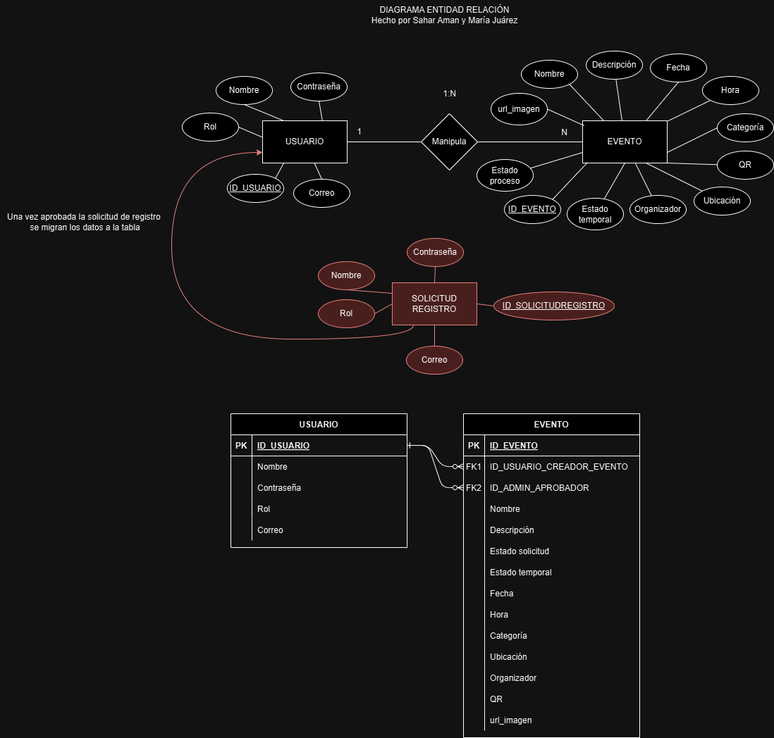
The draw.io diagram DIAGRAMA_ER_PROYECTOWEB.drawio.png in mariajuarezmo/Eventify_Proyecto_Colaborativo, before a commit. Source tidied: cells renumbered, new cells last; positions are measured from the earlier drawing's top-left corner, leaving out a move shared by most shapes.
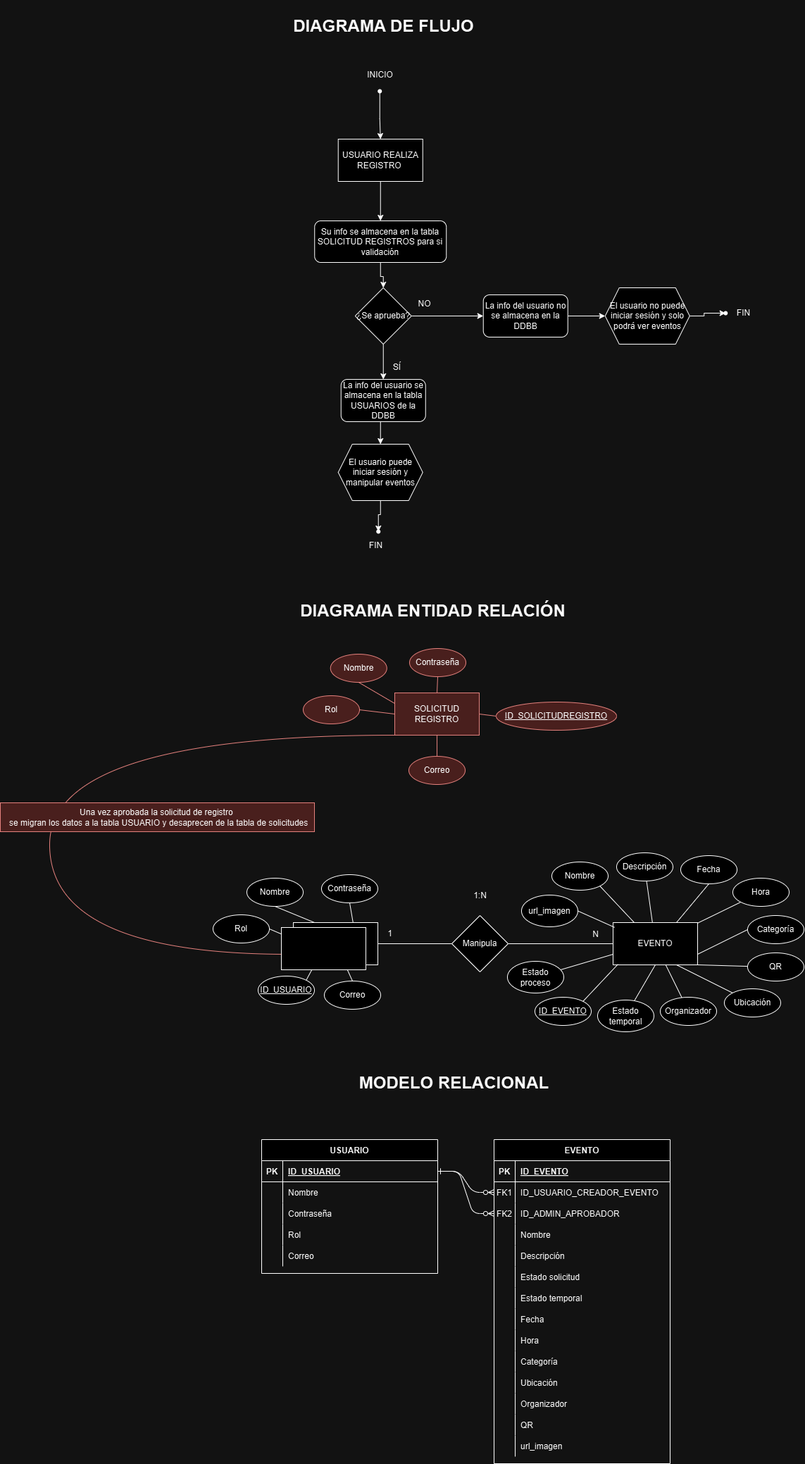
After the change.

Commit message:
Agregado filtrado de eventos por categorias

Change to the diagram source:
```diff
@@ -6,7 +6,7 @@
       <mxGeometry relative="1" as="geometry" />
     </mxCell>
     <mxCell id="3" value="EVENTO" style="shape=table;startSize=30;rowLines=0;fontStyle=1;align=center;" parent="1" vertex="1">
-      <mxGeometry x="657" y="587" width="250" height="460" as="geometry" />
+      <mxGeometry x="657" y="479" width="250" height="460" as="geometry" />
     </mxCell>
     <mxCell id="4" style="shape=partialRectangle;fillColor=none;top=0;left=0;right=0;bottom=1;" parent="3" vertex="1">
       <mxGeometry y="30" width="250" height="30" as="geometry" />
@@ -135,7 +135,7 @@
       <mxGeometry x="30" width="220" height="30" as="geometry" />
     </mxCell>
     <mxCell id="46" value="USUARIO" style="shape=table;startSize=30;rowLines=0;fontStyle=1;align=center;" parent="1" vertex="1">
-      <mxGeometry x="327" y="587" width="250" height="190" as="geometry" />
+      <mxGeometry x="327" y="479" width="250" height="190" as="geometry" />
     </mxCell>
     <mxCell id="47" style="shape=partialRectangle;fillColor=none;points=[[0,0.5],[1,0.5]];portConstraint=eastwest;top=0;left=0;right=0;bottom=1;" parent="46" vertex="1">
       <mxGeometry y="30" width="250" height="30" as="geometry" />
@@ -284,8 +284,8 @@
     <mxCell id="95" value="QR" style="ellipse;whiteSpace=wrap;html=1;" parent="1" vertex="1">
       <mxGeometry x="1017" y="214" width="80" height="40" as="geometry" />
     </mxCell>
-    <mxCell id="96" value="DIAGRAMA ENTIDAD RELACIÓN&lt;div&gt;Hecho por Sahar Aman y María Juárez&lt;/div&gt;" style="text;html=1;align=center;verticalAlign=middle;strokeColor=none;fillColor=none;" parent="1" vertex="1">
-      <mxGeometry x="517" width="225" height="41" as="geometry" />
+    <mxCell id="96" value="&lt;h1&gt;DIAGRAMA ENTIDAD RELACIÓN&lt;br&gt;&lt;br&gt;&lt;/h1&gt;" style="text;html=1;align=center;verticalAlign=middle;strokeColor=none;fillColor=none;" parent="1" vertex="1">
+      <mxGeometry x="373" y="-308" width="394" height="102" as="geometry" />
     </mxCell>
     <mxCell id="97" style="rounded=0;jettySize=auto;html=1;entryX=0;entryY=0.75;entryDx=0;entryDy=0;endArrow=none;endFill=0;" parent="1" edge="1" source="98" target="66">
       <mxGeometry relative="1" as="geometry" />
@@ -295,38 +295,133 @@
     </mxCell>
     <mxCell id="99" style="edgeStyle=entityRelationEdgeStyle;endArrow=ERzeroToMany;startArrow=ERone;endFill=1;startFill=0;exitX=1;exitY=0.5;exitDx=0;exitDy=0;" parent="1" edge="1" source="47">
       <mxGeometry relative="1" as="geometry">
-        <mxPoint x="657" y="692" as="targetPoint" />
+        <mxPoint x="657" y="584" as="targetPoint" />
       </mxGeometry>
     </mxCell>
-    <mxCell id="100" style="edgeStyle=orthogonalEdgeStyle;rounded=0;jettySize=auto;html=1;exitX=0.25;exitY=1;exitDx=0;exitDy=0;entryX=0;entryY=0.75;entryDx=0;entryDy=0;curved=1;fillColor=#f8cecc;strokeColor=#b85450;" parent="1" edge="1" source="101" target="63">
+    <mxCell id="100" style="edgeStyle=orthogonalEdgeStyle;rounded=0;jettySize=auto;html=1;exitX=0;exitY=1;exitDx=0;exitDy=0;entryX=0;entryY=0.75;entryDx=0;entryDy=0;curved=1;fillColor=#f8cecc;strokeColor=#b85450;" parent="1" edge="1" source="101" target="63">
       <mxGeometry relative="1" as="geometry">
         <Array as="points">
-          <mxPoint x="586" y="481" />
-          <mxPoint x="243" y="481" />
-          <mxPoint x="243" y="216" />
+          <mxPoint x="26" y="-95" />
+          <mxPoint x="26" y="216" />
         </Array>
       </mxGeometry>
     </mxCell>
+    <mxCell id="110" style="rounded=0;jettySize=auto;html=1;entryX=0.5;entryY=1;entryDx=0;entryDy=0;endArrow=none;endFill=0;" parent="1" edge="1" source="111" target="66">
+      <mxGeometry relative="1" as="geometry" />
+    </mxCell>
+    <mxCell id="111" value="Estado temporal" style="ellipse;whiteSpace=wrap;html=1;" parent="1" vertex="1">
+      <mxGeometry x="804" y="281" width="80" height="45" as="geometry" />
+    </mxCell>
+    <mxCell id="112" value="url_imagen" style="ellipse;whiteSpace=wrap;html=1;" parent="1" vertex="1">
+      <mxGeometry x="696" y="132" width="80" height="45" as="geometry" />
+    </mxCell>
+    <mxCell id="113" style="rounded=0;jettySize=auto;html=1;exitX=1;exitY=0.5;exitDx=0;exitDy=0;entryX=0.018;entryY=0.114;entryDx=0;entryDy=0;entryPerimeter=0;endArrow=none;endFill=0;" parent="1" edge="1" source="112" target="66">
+      <mxGeometry relative="1" as="geometry" />
+    </mxCell>
+    <mxCell id="114" style="rounded=0;jettySize=auto;html=1;exitX=0.5;exitY=0;exitDx=0;exitDy=0;endArrow=none;endFill=0;" parent="1" edge="1" source="115" target="63">
+      <mxGeometry relative="1" as="geometry" />
+    </mxCell>
+    <mxCell id="115" value="Correo" style="ellipse;whiteSpace=wrap;html=1;" parent="1" vertex="1">
+      <mxGeometry x="416" y="254" width="80" height="40" as="geometry" />
+    </mxCell>
+    <mxCell id="118" value="Una vez aprobada la solicitud de registro&amp;nbsp;&lt;div&gt;&amp;nbsp;se migran&amp;nbsp;&lt;span style=&quot;background-color: initial;&quot;&gt;los datos a la tabla USUARIO y desaprecen de la tabla de solicitudes&lt;/span&gt;&lt;/div&gt;" style="text;html=1;align=center;verticalAlign=middle;strokeColor=#b85450;fillColor=#f8cecc;" parent="1" vertex="1">
+      <mxGeometry x="-44" y="1" width="446" height="41" as="geometry" />
+    </mxCell>
+    <mxCell id="119" style="rounded=0;whiteSpace=wrap;html=1;" parent="1" vertex="1">
+      <mxGeometry x="355" y="178" width="120" height="60" as="geometry" />
+    </mxCell>
+    <mxCell id="120" style="edgeStyle=orthogonalEdgeStyle;rounded=0;jettySize=auto;html=1;" parent="1" edge="1" source="121" target="123">
+      <mxGeometry relative="1" as="geometry" />
+    </mxCell>
+    <mxCell id="121" value="USUARIO REALIZA REGISTRO&amp;nbsp;" style="rounded=0;whiteSpace=wrap;html=1;" parent="1" vertex="1">
+      <mxGeometry x="435.8" y="-941" width="120" height="60" as="geometry" />
+    </mxCell>
+    <mxCell id="122" style="edgeStyle=orthogonalEdgeStyle;rounded=0;jettySize=auto;html=1;" parent="1" edge="1" source="123" target="126">
+      <mxGeometry relative="1" as="geometry" />
+    </mxCell>
+    <mxCell id="123" value="Su info se almacena en la tabla SOLICITUD REGISTROS para si validación" style="rounded=1;whiteSpace=wrap;html=1;" parent="1" vertex="1">
+      <mxGeometry x="402.2" y="-825" width="187" height="59" as="geometry" />
+    </mxCell>
+    <mxCell id="124" style="edgeStyle=orthogonalEdgeStyle;rounded=0;jettySize=auto;html=1;" parent="1" edge="1" source="126" target="128">
+      <mxGeometry relative="1" as="geometry" />
+    </mxCell>
+    <mxCell id="125" style="edgeStyle=orthogonalEdgeStyle;rounded=0;jettySize=auto;html=1;" parent="1" edge="1" source="126" target="130">
+      <mxGeometry relative="1" as="geometry" />
+    </mxCell>
+    <mxCell id="126" value="¿Se aprueba?" style="rhombus;whiteSpace=wrap;html=1;" parent="1" vertex="1">
+      <mxGeometry x="459.8" y="-730" width="80" height="80" as="geometry" />
+    </mxCell>
+    <mxCell id="127" style="edgeStyle=orthogonalEdgeStyle;rounded=0;jettySize=auto;html=1;exitX=0.5;exitY=1;exitDx=0;exitDy=0;entryX=0.5;entryY=0;entryDx=0;entryDy=0;" parent="1" edge="1" source="128" target="134">
+      <mxGeometry relative="1" as="geometry" />
+    </mxCell>
+    <mxCell id="128" value="La info del usuario se almacena en la tabla USUARIOS de la DDBB" style="rounded=1;whiteSpace=wrap;html=1;" parent="1" vertex="1">
+      <mxGeometry x="439.8" y="-600" width="120" height="60" as="geometry" />
+    </mxCell>
+    <mxCell id="129" style="edgeStyle=orthogonalEdgeStyle;rounded=0;jettySize=auto;html=1;" parent="1" edge="1" source="130" target="136">
+      <mxGeometry relative="1" as="geometry" />
+    </mxCell>
+    <mxCell id="130" value="La info del usuario no se almacena en la DDBB" style="rounded=1;whiteSpace=wrap;html=1;" parent="1" vertex="1">
+      <mxGeometry x="641.8" y="-720" width="120" height="60" as="geometry" />
+    </mxCell>
+    <mxCell id="131" value="NO" style="text;html=1;align=center;verticalAlign=middle;strokeColor=none;fillColor=none;" parent="1" vertex="1">
+      <mxGeometry x="539.8" y="-720" width="36" height="26" as="geometry" />
+    </mxCell>
+    <mxCell id="132" value="SÍ" style="text;html=1;align=center;verticalAlign=middle;strokeColor=none;fillColor=none;" parent="1" vertex="1">
+      <mxGeometry x="504.8" y="-630" width="29" height="26" as="geometry" />
+    </mxCell>
+    <mxCell id="133" style="edgeStyle=orthogonalEdgeStyle;rounded=0;jettySize=auto;html=1;" parent="1" edge="1" source="134" target="139">
+      <mxGeometry relative="1" as="geometry" />
+    </mxCell>
+    <mxCell id="134" value="El usuario puede iniciar sesión y manipular eventos" style="shape=hexagon;perimeter=hexagonPerimeter2;whiteSpace=wrap;html=1;fixedSize=1;" parent="1" vertex="1">
+      <mxGeometry x="435.8" y="-508" width="120" height="80" as="geometry" />
+    </mxCell>
+    <mxCell id="135" style="edgeStyle=orthogonalEdgeStyle;rounded=0;jettySize=auto;html=1;" parent="1" edge="1" source="136" target="137">
+      <mxGeometry relative="1" as="geometry" />
+    </mxCell>
+    <mxCell id="136" value="El usuario no puede iniciar sesión y solo podrá ver eventos" style="shape=hexagon;perimeter=hexagonPerimeter2;whiteSpace=wrap;html=1;fixedSize=1;" parent="1" vertex="1">
+      <mxGeometry x="814.8" y="-730" width="120" height="80" as="geometry" />
+    </mxCell>
+    <mxCell id="137" style="shape=waypoint;sketch=0;size=6;points=[];fillColor=none;perimeter=centerPerimeter;snapToPoint=1;" parent="1" vertex="1">
+      <mxGeometry x="975.8" y="-704" width="20" height="20" as="geometry" />
+    </mxCell>
+    <mxCell id="138" value="FIN" style="text;html=1;align=center;verticalAlign=middle;strokeColor=none;fillColor=none;" parent="1" vertex="1">
+      <mxGeometry x="992.8" y="-707" width="37" height="26" as="geometry" />
+    </mxCell>
+    <mxCell id="139" style="shape=waypoint;sketch=0;size=6;points=[];fillColor=none;perimeter=centerPerimeter;snapToPoint=1;" parent="1" vertex="1">
+      <mxGeometry x="482.8" y="-394" width="20" height="20" as="geometry" />
+    </mxCell>
+    <mxCell id="140" value="FIN" style="text;html=1;align=center;verticalAlign=middle;strokeColor=none;fillColor=none;" parent="1" vertex="1">
+      <mxGeometry x="470.8" y="-377" width="37" height="26" as="geometry" />
+    </mxCell>
+    <mxCell id="141" style="edgeStyle=orthogonalEdgeStyle;rounded=0;jettySize=auto;html=1;" parent="1" edge="1" source="142" target="121">
+      <mxGeometry relative="1" as="geometry" />
+    </mxCell>
+    <mxCell id="142" style="shape=waypoint;sketch=0;size=6;points=[];fillColor=none;perimeter=centerPerimeter;snapToPoint=1;" parent="1" vertex="1">
+      <mxGeometry x="484.8" y="-1019" width="20" height="20" as="geometry" />
+    </mxCell>
+    <mxCell id="143" value="INICIO" style="text;html=1;align=center;verticalAlign=middle;strokeColor=none;fillColor=none;" parent="1" vertex="1">
+      <mxGeometry x="467.2" y="-1045" width="55" height="26" as="geometry" />
+    </mxCell>
     <mxCell id="101" value="SOLICITUD REGISTRO" style="rounded=0;whiteSpace=wrap;html=1;fillColor=#f8cecc;strokeColor=#b85450;" parent="1" vertex="1">
-      <mxGeometry x="556" y="401" width="120" height="60" as="geometry" />
+      <mxGeometry x="516" y="-155" width="120" height="60" as="geometry" />
     </mxCell>
     <mxCell id="102" style="rounded=0;jettySize=auto;html=1;exitX=0;exitY=0.5;exitDx=0;exitDy=0;entryX=1;entryY=0.5;entryDx=0;entryDy=0;endArrow=none;endFill=0;fillColor=#f8cecc;strokeColor=#b85450;" parent="1" edge="1" source="103" target="101">
       <mxGeometry relative="1" as="geometry" />
     </mxCell>
     <mxCell id="103" value="&lt;u&gt;ID_SOLICITUDREGISTRO&lt;/u&gt;" style="ellipse;whiteSpace=wrap;html=1;fillColor=#f8cecc;strokeColor=#b85450;" parent="1" vertex="1">
-      <mxGeometry x="700" y="414" width="171" height="40" as="geometry" />
+      <mxGeometry x="660" y="-142" width="171" height="40" as="geometry" />
     </mxCell>
     <mxCell id="104" style="rounded=0;jettySize=auto;html=1;exitX=0.5;exitY=1;exitDx=0;exitDy=0;entryX=0;entryY=0.25;entryDx=0;entryDy=0;endArrow=none;endFill=0;fillColor=#f8cecc;strokeColor=#b85450;" parent="1" edge="1" source="105" target="101">
       <mxGeometry relative="1" as="geometry" />
     </mxCell>
     <mxCell id="105" value="Nombre" style="ellipse;whiteSpace=wrap;html=1;fillColor=#f8cecc;strokeColor=#b85450;" parent="1" vertex="1">
-      <mxGeometry x="451" y="371" width="80" height="40" as="geometry" />
+      <mxGeometry x="424.8" y="-210" width="80" height="40" as="geometry" />
     </mxCell>
     <mxCell id="106" value="Contraseña&lt;span style=&quot;color: rgba(0, 0, 0, 0); font-family: monospace; font-size: 0px; text-align: start; text-wrap-mode: nowrap;&quot;&gt;%3CmxGraphModel%3E%3Croot%3E%3CmxCell%20id%3D%220%22%2F%3E%3CmxCell%20id%3D%221%22%20parent%3D%220%22%2F%3E%3CmxCell%20id%3D%222%22%20value%3D%22Nombre%22%20style%3D%22ellipse%3BwhiteSpace%3Dwrap%3Bhtml%3D1%3B%22%20vertex%3D%221%22%20parent%3D%221%22%3E%3CmxGeometry%20x%3D%22130%22%20y%3D%22-220%22%20width%3D%2280%22%20height%3D%2240%22%20as%3D%22geometry%22%2F%3E%3C%2FmxCell%3E%3C%2Froot%3E%3C%2FmxGraphModel%3E&lt;/span&gt;" style="ellipse;whiteSpace=wrap;html=1;fillColor=#f8cecc;strokeColor=#b85450;" parent="1" vertex="1">
-      <mxGeometry x="577" y="338" width="80" height="40" as="geometry" />
+      <mxGeometry x="537" y="-218" width="80" height="40" as="geometry" />
     </mxCell>
     <mxCell id="107" value="Rol" style="ellipse;whiteSpace=wrap;html=1;fillColor=#f8cecc;strokeColor=#b85450;" parent="1" vertex="1">
-      <mxGeometry x="451" y="425" width="80" height="40" as="geometry" />
+      <mxGeometry x="386" y="-151" width="80" height="40" as="geometry" />
     </mxCell>
     <mxCell id="108" style="rounded=0;jettySize=auto;html=1;exitX=0.5;exitY=1;exitDx=0;exitDy=0;entryX=0.5;entryY=0;entryDx=0;entryDy=0;endArrow=none;endFill=0;fillColor=#f8cecc;strokeColor=#b85450;" parent="1" edge="1" source="106" target="101">
       <mxGeometry relative="1" as="geometry" />
@@ -334,32 +429,17 @@
     <mxCell id="109" style="rounded=0;jettySize=auto;html=1;exitX=1;exitY=0.5;exitDx=0;exitDy=0;entryX=0;entryY=0.5;entryDx=0;entryDy=0;endArrow=none;endFill=0;fillColor=#f8cecc;strokeColor=#b85450;" parent="1" edge="1" source="107" target="101">
       <mxGeometry relative="1" as="geometry" />
     </mxCell>
-    <mxCell id="110" style="rounded=0;jettySize=auto;html=1;entryX=0.5;entryY=1;entryDx=0;entryDy=0;endArrow=none;endFill=0;" parent="1" edge="1" source="111" target="66">
-      <mxGeometry relative="1" as="geometry" />
-    </mxCell>
-    <mxCell id="111" value="Estado temporal" style="ellipse;whiteSpace=wrap;html=1;" parent="1" vertex="1">
-      <mxGeometry x="804" y="281" width="80" height="45" as="geometry" />
-    </mxCell>
-    <mxCell id="112" value="url_imagen" style="ellipse;whiteSpace=wrap;html=1;" parent="1" vertex="1">
-      <mxGeometry x="696" y="132" width="80" height="45" as="geometry" />
-    </mxCell>
-    <mxCell id="113" style="rounded=0;jettySize=auto;html=1;exitX=1;exitY=0.5;exitDx=0;exitDy=0;entryX=0.018;entryY=0.114;entryDx=0;entryDy=0;entryPerimeter=0;endArrow=none;endFill=0;" parent="1" edge="1" source="112" target="66">
-      <mxGeometry relative="1" as="geometry" />
-    </mxCell>
-    <mxCell id="114" style="rounded=0;jettySize=auto;html=1;exitX=0.5;exitY=0;exitDx=0;exitDy=0;endArrow=none;endFill=0;" parent="1" edge="1" source="115" target="63">
-      <mxGeometry relative="1" as="geometry" />
-    </mxCell>
-    <mxCell id="115" value="Correo" style="ellipse;whiteSpace=wrap;html=1;" parent="1" vertex="1">
-      <mxGeometry x="416" y="254" width="80" height="40" as="geometry" />
-    </mxCell>
     <mxCell id="116" style="rounded=0;jettySize=auto;html=1;entryX=0.5;entryY=1;entryDx=0;entryDy=0;endArrow=none;endFill=0;fillColor=#f8cecc;strokeColor=#b85450;" parent="1" edge="1" source="117" target="101">
       <mxGeometry relative="1" as="geometry" />
     </mxCell>
     <mxCell id="117" value="Correo" style="ellipse;whiteSpace=wrap;html=1;fillColor=#f8cecc;strokeColor=#b85450;" parent="1" vertex="1">
-      <mxGeometry x="576" y="491" width="80" height="40" as="geometry" />
+      <mxGeometry x="536" y="-65" width="80" height="40" as="geometry" />
     </mxCell>
-    <mxCell id="118" value="Una vez aprobada la solicitud de registro&amp;nbsp;&lt;div&gt;se migran&amp;nbsp;&lt;span style=&quot;background-color: initial;&quot;&gt;los datos a la tabla&lt;/span&gt;&lt;/div&gt;" style="text;html=1;align=center;verticalAlign=middle;strokeColor=none;fillColor=none;" parent="1" vertex="1">
-      <mxGeometry y="294" width="239" height="41" as="geometry" />
-    </mxCell>
+    <mxCell id="144" value="&lt;h1&gt;DIAGRAMA DE FLUJO&lt;/h1&gt;" style="text;html=1;align=center;verticalAlign=middle;strokeColor=none;fillColor=none;" parent="1" vertex="1">
+      <mxGeometry x="363.2" y="-1138" width="274" height="73" as="geometry" />
+    </mxCell>
+    <mxCell id="145" value="&lt;h1&gt;MODELO RELACIONAL&lt;/h1&gt;" style="text;html=1;align=center;verticalAlign=middle;strokeColor=none;fillColor=none;" parent="1" vertex="1">
+      <mxGeometry x="456" y="362" width="287" height="73" as="geometry" />
+    </mxCell>
   </root>
 </mxGraphModel>
```
